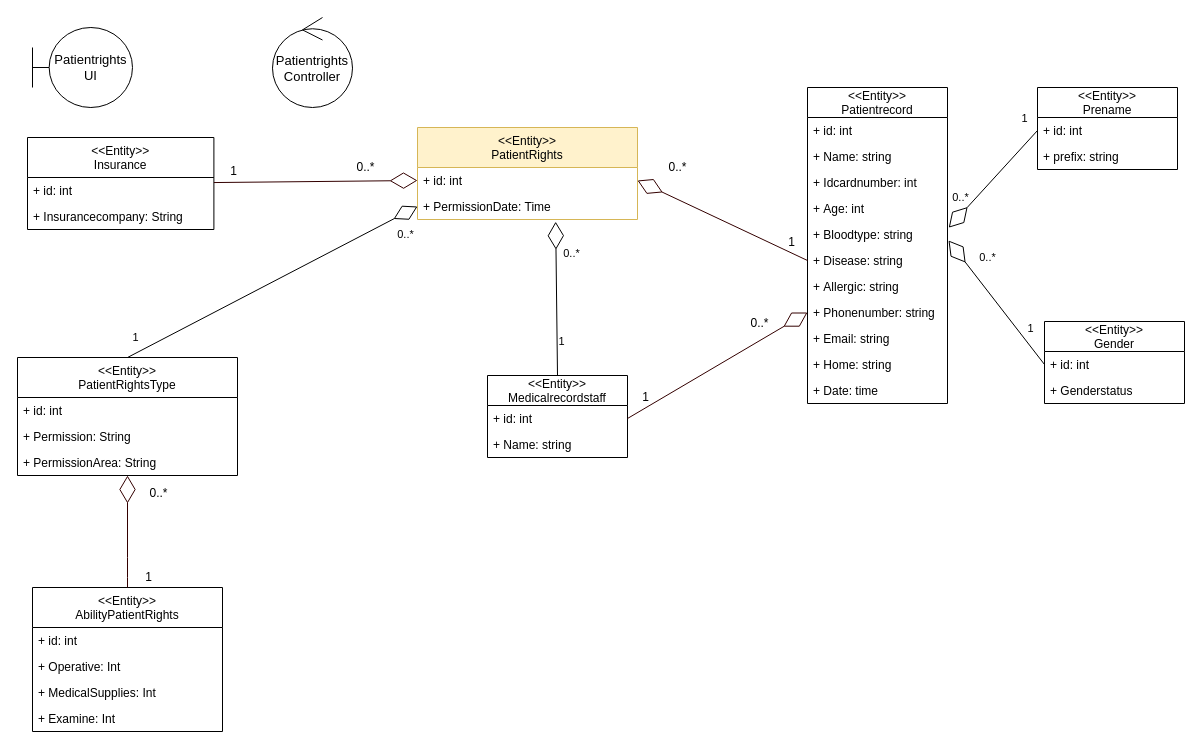
sut63/team10 keeps this draw.io diagram as page "Class Diagram ( ทั้ง Entity, Boundary, Control" (2 of 3) of draw_io/b6103866.drawio. Above is the earlier version. Source tidied: cells renumbered, new cells numbered last; positions are measured from the earlier drawing's top-left corner, leaving out a move shared by most shapes. Both pictures are drawn from the tidied source at 100%, with x=0, y=0 at pixel (17, 17).
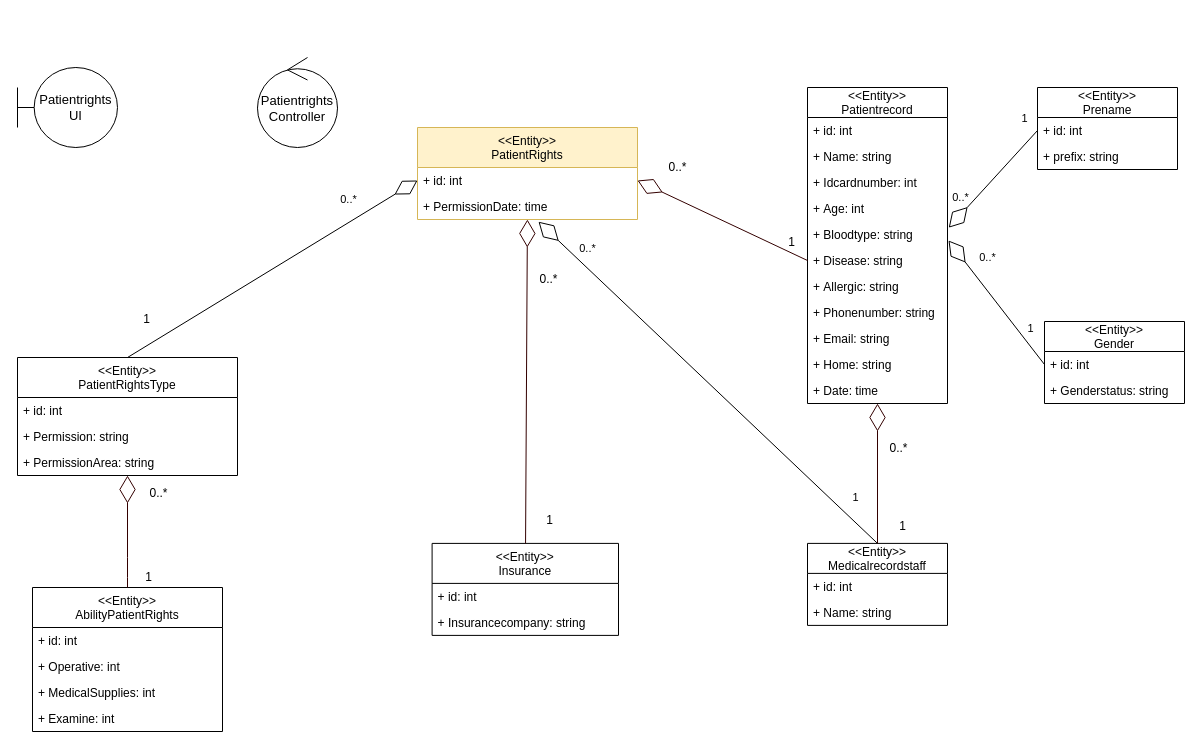
After the change.

The change refers to these unchanged cells:
```xml
<mxCell id="10" value="&lt;&lt;Entity&gt;&gt;&#10;PatientRights" style="swimlane;fontStyle=0;horizontal=1;startSize=40;fillColor=#fff2cc;strokeColor=#d6b656;" parent="1" vertex="1">
  <mxGeometry x="400" y="110" width="220" height="92" as="geometry" />
</mxCell>
<mxCell id="11" value="+ id: int" style="text;strokeColor=none;fillColor=none;align=left;verticalAlign=top;spacingLeft=4;spacingRight=4;overflow=hidden;points=[[0,0.5],[1,0.5]];portConstraint=eastwest;" parent="10" vertex="1">
  <mxGeometry y="40" width="220" height="26" as="geometry" />
</mxCell>
<mxCell id="14" value="&lt;&lt;Entity&gt;&gt;&#10;PatientRightsType" style="swimlane;fontStyle=0;horizontal=1;startSize=40;fillColor=none;" parent="1" vertex="1">
  <mxGeometry y="340" width="220" height="118" as="geometry" />
</mxCell>
<mxCell id="18" value="&lt;&lt;Entity&gt;&gt;&#10;AbilityPatientRights" style="swimlane;fontStyle=0;horizontal=1;startSize=40;fillColor=none;" parent="1" vertex="1">
  <mxGeometry x="15" y="570" width="190" height="144" as="geometry" />
</mxCell>
<mxCell id="31" value="+ Phonenumber: string" style="text;strokeColor=none;fillColor=none;align=left;verticalAlign=top;spacingLeft=4;spacingRight=4;overflow=hidden;points=[[0,0.5],[1,0.5]];portConstraint=eastwest;" parent="23" vertex="1">
  <mxGeometry y="212" width="140" height="26" as="geometry" />
</mxCell>
<mxCell id="34" value="+ Date: time" style="text;strokeColor=none;fillColor=none;align=left;verticalAlign=top;spacingLeft=4;spacingRight=4;overflow=hidden;points=[[0,0.5],[1,0.5]];portConstraint=eastwest;" parent="23" vertex="1">
  <mxGeometry y="290" width="140" height="26" as="geometry" />
</mxCell>
<mxCell id="38" value="&lt;&lt;Entity&gt;&gt;&#10;Gender" style="swimlane;fontStyle=0;horizontal=1;startSize=30;fillColor=none;" parent="1" vertex="1">
  <mxGeometry x="1027" y="304" width="140" height="82" as="geometry" />
</mxCell>
<mxCell id="42" value="+ id: int" style="text;strokeColor=none;fillColor=none;align=left;verticalAlign=top;spacingLeft=4;spacingRight=4;overflow=hidden;points=[[0,0.5],[1,0.5]];portConstraint=eastwest;" parent="41" vertex="1">
  <mxGeometry y="30" width="140" height="26" as="geometry" />
</mxCell>
```

The edit, as a diff of the source:
```diff
@@
     <mxCell id="2" value="Patientrights&lt;br style=&quot;font-size: 13px&quot;&gt;UI" style="shape=umlBoundary;whiteSpace=wrap;html=1;fontSize=13;" parent="1" vertex="1">
-      <mxGeometry x="15" y="10" width="100" height="80" as="geometry" />
+      <mxGeometry y="50" width="100" height="80" as="geometry" />
     </mxCell>
     <mxCell id="3" value="&lt;font style=&quot;font-size: 13px&quot;&gt;Patientrights&lt;br&gt;Controller&lt;br&gt;&lt;/font&gt;" style="ellipse;shape=umlControl;whiteSpace=wrap;html=1;" parent="1" vertex="1">
-      <mxGeometry x="255" width="80" height="90" as="geometry" />
+      <mxGeometry x="240" y="40" width="80" height="90" as="geometry" />
     </mxCell>
     <mxCell id="4" value="&lt;&lt;Entity&gt;&gt;&#10;Insurance" style="swimlane;fontStyle=0;horizontal=1;startSize=40;fillColor=none;" parent="1" vertex="1">
-      <mxGeometry x="10" y="120" width="186.4" height="92" as="geometry" />
+      <mxGeometry x="414.6" y="525.9" width="186.4" height="92" as="geometry" />
     </mxCell>
@@
-    <mxCell id="6" value="+ Insurancecompany: String" style="text;strokeColor=none;fillColor=none;align=left;verticalAlign=top;spacingLeft=4;spacingRight=4;overflow=hidden;" parent="4" vertex="1">
+    <mxCell id="6" value="+ Insurancecompany: string" style="text;strokeColor=none;fillColor=none;align=left;verticalAlign=top;spacingLeft=4;spacingRight=4;overflow=hidden;" parent="4" vertex="1">
       <mxGeometry y="66" width="186.4" height="26" as="geometry" />
     </mxCell>
-    <mxCell id="7" style="endArrow=diamondThin;html=1;strokeColor=#330000;entryX=0;entryY=0.5;entryDx=0;entryDy=0;endFill=0;endSize=25;" parent="1" edge="1" source="4" target="11">
+    <mxCell id="7" style="endArrow=diamondThin;html=1;strokeColor=#330000;endFill=0;endSize=25;" parent="1" edge="1" source="4" target="12">
       <mxGeometry relative="1" as="geometry" />
     </mxCell>
     <mxCell id="8" value="1" style="edgeLabel;html=1;align=center;verticalAlign=middle;fontSize=12;" parent="7" vertex="1">
       <mxGeometry x="-0.81" relative="1" as="geometry">
-        <mxPoint y="-11" as="offset" />
+        <mxPoint x="23.3" y="7.9" as="offset" />
       </mxGeometry>
     </mxCell>
     <mxCell id="9" value="0..*" style="edgeLabel;html=1;align=center;verticalAlign=middle;fontSize=12;" parent="7" vertex="1">
       <mxGeometry x="0.56" y="2" relative="1" as="geometry">
-        <mxPoint x="-8" y="-11.5" as="offset" />
+        <mxPoint x="22.5" y="-11.5" as="offset" />
       </mxGeometry>
     </mxCell>
@@
-    <mxCell id="12" value="+ PermissionDate: Time" style="text;strokeColor=none;fillColor=none;align=left;verticalAlign=top;spacingLeft=4;spacingRight=4;overflow=hidden;points=[[0,0.5],[1,0.5]];portConstraint=eastwest;" parent="10" vertex="1">
+    <mxCell id="12" value="+ PermissionDate: time" style="text;strokeColor=none;fillColor=none;align=left;verticalAlign=top;spacingLeft=4;spacingRight=4;overflow=hidden;points=[[0,0.5],[1,0.5]];portConstraint=eastwest;" parent="10" vertex="1">
       <mxGeometry y="66" width="220" height="26" as="geometry" />
     </mxCell>
-    <mxCell id="13" style="endArrow=diamondThin;endFill=0;endSize=24;html=1;exitX=0.5;exitY=0;exitDx=0;exitDy=0;entryX=0;entryY=0.5;entryDx=0;entryDy=0;" parent="1" edge="1" source="14" target="12">
+    <mxCell id="13" style="endArrow=diamondThin;endFill=0;endSize=24;html=1;exitX=0.5;exitY=0;exitDx=0;exitDy=0;entryX=0;entryY=0.5;entryDx=0;entryDy=0;" parent="1" edge="1" source="14" target="11">
       <mxGeometry relative="1" as="geometry" />
     </mxCell>
@@
-    <mxCell id="16" value="+ Permission: String" style="text;strokeColor=none;fillColor=none;align=left;verticalAlign=top;spacingLeft=4;spacingRight=4;overflow=hidden;" parent="14" vertex="1">
+    <mxCell id="16" value="+ Permission: string" style="text;strokeColor=none;fillColor=none;align=left;verticalAlign=top;spacingLeft=4;spacingRight=4;overflow=hidden;" parent="14" vertex="1">
       <mxGeometry y="66" width="220" height="26" as="geometry" />
     </mxCell>
-    <mxCell id="17" value="+ PermissionArea: String" style="text;strokeColor=none;fillColor=none;align=left;verticalAlign=top;spacingLeft=4;spacingRight=4;overflow=hidden;points=[[0,0.5],[1,0.5]];portConstraint=eastwest;" parent="14" vertex="1">
+    <mxCell id="17" value="+ PermissionArea: string" style="text;strokeColor=none;fillColor=none;align=left;verticalAlign=top;spacingLeft=4;spacingRight=4;overflow=hidden;points=[[0,0.5],[1,0.5]];portConstraint=eastwest;" parent="14" vertex="1">
       <mxGeometry y="92" width="220" height="26" as="geometry" />
     </mxCell>
@@
-    <mxCell id="20" value="+ Operative: Int" style="text;strokeColor=none;fillColor=none;align=left;verticalAlign=top;spacingLeft=4;spacingRight=4;overflow=hidden;" parent="18" vertex="1">
+    <mxCell id="20" value="+ Operative: int" style="text;strokeColor=none;fillColor=none;align=left;verticalAlign=top;spacingLeft=4;spacingRight=4;overflow=hidden;" parent="18" vertex="1">
       <mxGeometry y="66" width="190" height="26" as="geometry" />
     </mxCell>
-    <mxCell id="21" value="+ MedicalSupplies: Int" style="text;strokeColor=none;fillColor=none;align=left;verticalAlign=top;spacingLeft=4;spacingRight=4;overflow=hidden;" parent="18" vertex="1">
+    <mxCell id="21" value="+ MedicalSupplies: int" style="text;strokeColor=none;fillColor=none;align=left;verticalAlign=top;spacingLeft=4;spacingRight=4;overflow=hidden;" parent="18" vertex="1">
       <mxGeometry y="92" width="190" height="26" as="geometry" />
     </mxCell>
-    <mxCell id="22" value="+ Examine: Int" style="text;strokeColor=none;fillColor=none;align=left;verticalAlign=top;spacingLeft=4;spacingRight=4;overflow=hidden;" parent="18" vertex="1">
+    <mxCell id="22" value="+ Examine: int" style="text;strokeColor=none;fillColor=none;align=left;verticalAlign=top;spacingLeft=4;spacingRight=4;overflow=hidden;" parent="18" vertex="1">
       <mxGeometry y="118" width="190" height="26" as="geometry" />
     </mxCell>
@@
-    <mxCell id="40" value="+ Genderstatus" style="text;strokeColor=none;fillColor=none;align=left;verticalAlign=top;spacingLeft=4;spacingRight=4;overflow=hidden;" parent="38" vertex="1">
+    <mxCell id="40" value="+ Genderstatus: string" style="text;strokeColor=none;fillColor=none;align=left;verticalAlign=top;spacingLeft=4;spacingRight=4;overflow=hidden;" parent="38" vertex="1">
       <mxGeometry y="56" width="140" height="26" as="geometry" />
     </mxCell>
     <mxCell id="41" value="&lt;&lt;Entity&gt;&gt;&#10;Medicalrecordstaff" style="swimlane;fontStyle=0;horizontal=1;startSize=30;fillColor=none;" parent="1" vertex="1">
-      <mxGeometry x="470" y="358" width="140" height="82" as="geometry" />
+      <mxGeometry x="790" y="525.9" width="140" height="82" as="geometry" />
     </mxCell>
@@
-    <mxCell id="50" style="edgeStyle=none;rounded=0;jettySize=auto;html=1;entryX=0.5;entryY=0;entryDx=0;entryDy=0;endArrow=none;endFill=0;fontColor=#000000;startArrow=diamondThin;startFill=0;targetPerimeterSpacing=6;startSize=25;exitX=0.628;exitY=1.085;exitDx=0;exitDy=0;exitPerimeter=0;" parent="1" edge="1" source="12" target="41">
+    <mxCell id="50" style="edgeStyle=none;rounded=0;jettySize=auto;html=1;entryX=0.5;entryY=0;entryDx=0;entryDy=0;endArrow=none;endFill=0;fontColor=#000000;startArrow=diamondThin;startFill=0;targetPerimeterSpacing=6;startSize=25;exitX=0.55;exitY=1.085;exitDx=0;exitDy=0;exitPerimeter=0;" parent="1" edge="1" source="12" target="41">
       <mxGeometry relative="1" as="geometry" />
     </mxCell>
     <mxCell id="51" value="1" style="edgeLabel;html=1;align=center;verticalAlign=middle;fontColor=#000000;" parent="50" vertex="1">
       <mxGeometry x="0.73" y="-1" relative="1" as="geometry">
-        <mxPoint x="4.8" y="-13.7" as="offset" />
+        <mxPoint x="23.9" y="-3.5" as="offset" />
       </mxGeometry>
     </mxCell>
     <mxCell id="52" value="0..*" style="edgeLabel;html=1;align=center;verticalAlign=middle;fontColor=#000000;" parent="50" vertex="1">
       <mxGeometry x="-0.55" y="-2" relative="1" as="geometry">
-        <mxPoint x="17.4" y="-3.9" as="offset" />
+        <mxPoint x="-25.8" y="-47.9" as="offset" />
       </mxGeometry>
     </mxCell>
@@
-    <mxCell id="59" style="endArrow=diamondThin;html=1;strokeColor=#330000;entryX=0;entryY=0.5;entryDx=0;entryDy=0;endFill=0;endSize=25;exitX=1;exitY=0.5;exitDx=0;exitDy=0;" parent="1" edge="1" source="42" target="31">
+    <mxCell id="59" style="endArrow=diamondThin;html=1;strokeColor=#330000;endFill=0;endSize=25;exitX=0.5;exitY=0;exitDx=0;exitDy=0;" parent="1" edge="1" source="41" target="34">
       <mxGeometry relative="1" as="geometry" />
     </mxCell>
     <mxCell id="60" value="1" style="edgeLabel;html=1;align=center;verticalAlign=middle;fontSize=12;" parent="59" vertex="1">
       <mxGeometry x="-0.81" relative="1" as="geometry">
-        <mxPoint y="-11" as="offset" />
+        <mxPoint x="24.7" y="-4" as="offset" />
       </mxGeometry>
     </mxCell>
     <mxCell id="61" value="0..*" style="edgeLabel;html=1;align=center;verticalAlign=middle;fontSize=12;" parent="59" vertex="1">
       <mxGeometry x="0.56" y="2" relative="1" as="geometry">
-        <mxPoint x="-8" y="-11.5" as="offset" />
+        <mxPoint x="22" y="13.1" as="offset" />
       </mxGeometry>
     </mxCell>
     <mxCell id="62" value="0..*" style="edgeLabel;html=1;align=center;verticalAlign=middle;fontColor=#000000;" parent="1" vertex="1">
-      <mxGeometry x="564" y="245.3" as="geometry">
+      <mxGeometry x="507.8" y="210" as="geometry">
         <mxPoint x="-177" y="-29" as="offset" />
       </mxGeometry>
     </mxCell>
-    <mxCell id="63" value="1" style="edgeLabel;html=1;align=center;verticalAlign=middle;fontColor=#000000;" parent="1" vertex="1">
-      <mxGeometry x="553.6" y="333.5" as="geometry">
-        <mxPoint x="-436" y="-14" as="offset" />
+    <mxCell id="63" value="1" style="edgeLabel;html=1;align=center;verticalAlign=middle;fontSize=12;" parent="1" vertex="1">
+      <mxGeometry x="520" y="490" as="geometry">
+        <mxPoint x="-392" y="-189" as="offset" />
       </mxGeometry>
     </mxCell>
```
